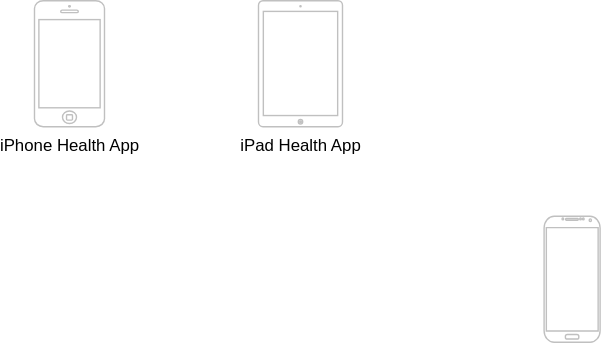
The draw.io diagram 运动健康云0层架构.drawio.svg in HuaHero/JavaGuide, before a commit. Source tidied: cells renumbered, new cells last; positions are measured from the earlier drawing's top-left corner, leaving out a move shared by most shapes.
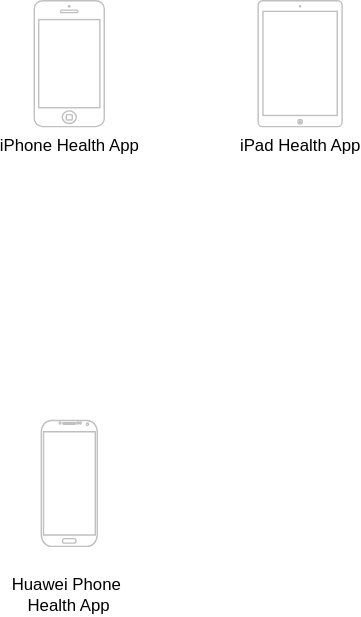
Above is the later version.

Commit message:
更新运动健康云0层架构.drawio.svg

Diff of the diagram source:
```diff
@@ -9,7 +9,10 @@
       <mxGeometry x="160" width="60" height="90" as="geometry" />
     </mxCell>
     <mxCell id="4" style="verticalLabelPosition=bottom;verticalAlign=top;html=1;shadow=0;dashed=0;strokeWidth=1;shape=mxgraph.android.phone2;strokeColor=#c0c0c0;" parent="1" vertex="1">
-      <mxGeometry x="364" y="154" width="40" height="90" as="geometry" />
+      <mxGeometry x="5" y="300" width="40" height="90" as="geometry" />
     </mxCell>
+    <mxCell id="5" value="Huawei Phone&amp;nbsp; Health App" style="text;html=1;strokeColor=none;fillColor=none;align=center;verticalAlign=middle;whiteSpace=wrap;rounded=0;" parent="1" vertex="1">
+      <mxGeometry x="-20" y="410" width="90" height="30" as="geometry" />
+    </mxCell>
   </root>
 </mxGraphModel>
```
